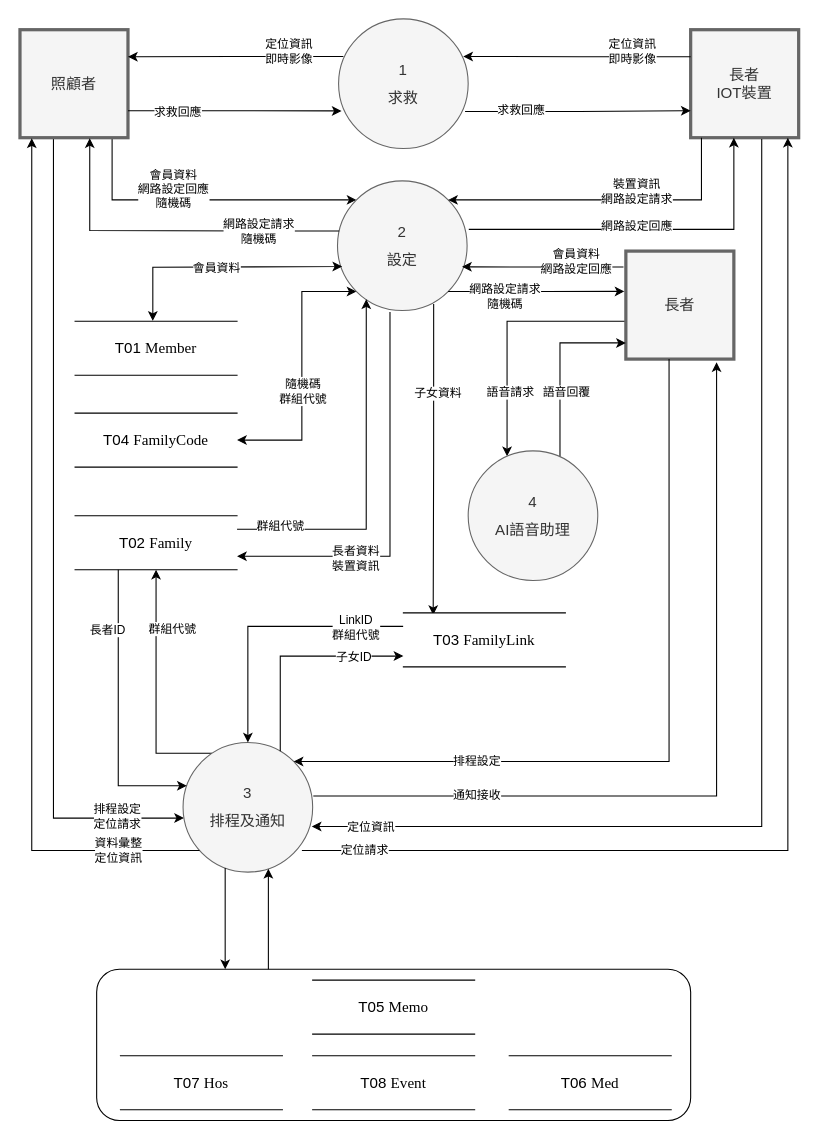
This is page "第 2 页" (2 of 4) of doc/DFD.drawio from ntubimd113506/SilverEase, a draw.io file, before an edit. Source tidied: cells renumbered, new cells numbered last; positions are measured from the earlier drawing's top-left corner, leaving out a move shared by most shapes. Both pictures are drawn from the tidied source at 108%, with x=0, y=0 at pixel (19, 18).
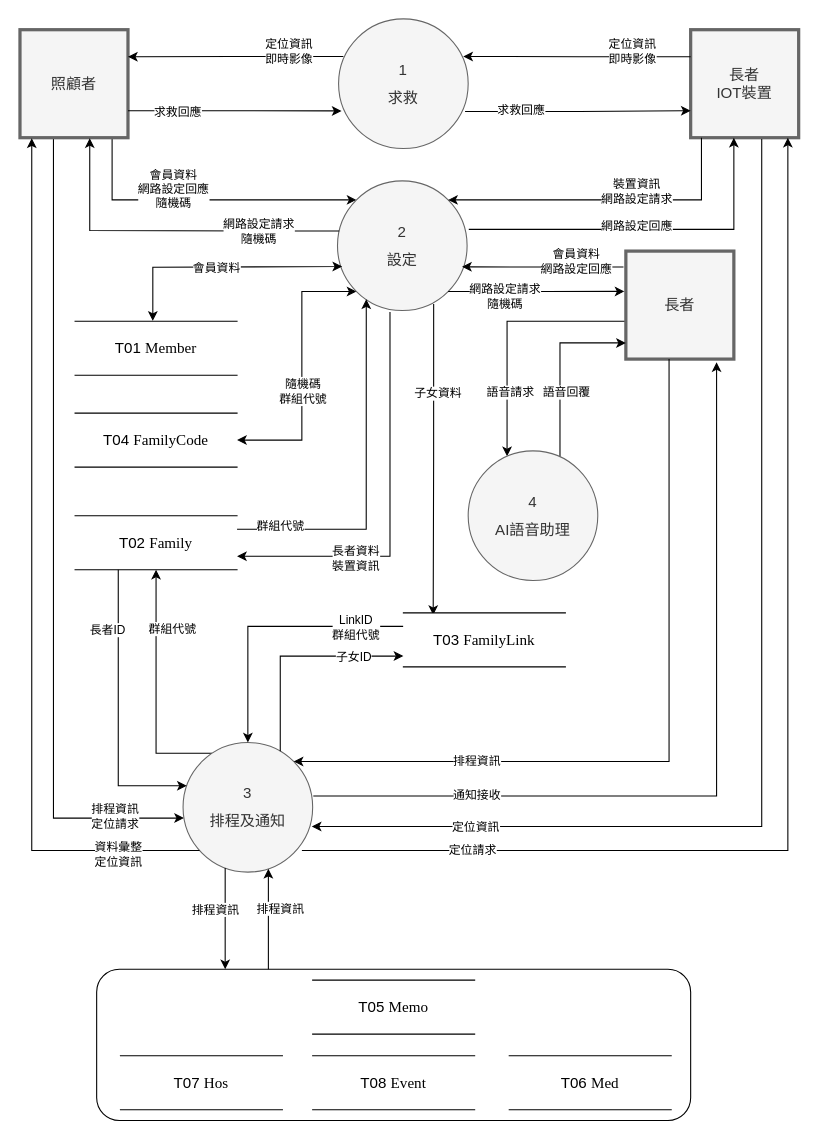
After the change.

The change refers to these unchanged cells:
```xml
<mxCell id="5" style="edgeStyle=orthogonalEdgeStyle;rounded=0;jettySize=auto;html=1;" parent="1" edge="1" source="7" target="29">
  <mxGeometry relative="1" as="geometry">
    <Array as="points">
      <mxPoint x="31" y="740" />
    </Array>
  </mxGeometry>
</mxCell>
<mxCell id="55" style="edgeStyle=orthogonalEdgeStyle;rounded=0;jettySize=auto;html=1;entryX=0.917;entryY=0.833;entryDx=0;entryDy=0;entryPerimeter=0;startArrow=classic;startFill=1;endArrow=none;endFill=0;" parent="1" edge="1" source="13" target="29">
  <mxGeometry relative="1" as="geometry">
    <Array as="points">
      <mxPoint x="711" y="770" />
    </Array>
  </mxGeometry>
</mxCell>
<mxCell id="57" style="edgeStyle=orthogonalEdgeStyle;rounded=0;jettySize=auto;html=1;entryX=0.993;entryY=0.648;entryDx=0;entryDy=0;entryPerimeter=0;exitX=0.658;exitY=1.012;exitDx=0;exitDy=0;exitPerimeter=0;" parent="1" edge="1" source="13" target="29">
  <mxGeometry relative="1" as="geometry">
    <Array as="points">
      <mxPoint x="687" y="748" />
    </Array>
  </mxGeometry>
</mxCell>
<mxCell id="61" style="edgeStyle=orthogonalEdgeStyle;rounded=0;jettySize=auto;html=1;entryX=1;entryY=0;entryDx=0;entryDy=0;" parent="1" edge="1" source="21" target="29">
  <mxGeometry relative="1" as="geometry">
    <Array as="points">
      <mxPoint x="601" y="688" />
      <mxPoint x="253" y="688" />
    </Array>
  </mxGeometry>
</mxCell>
<mxCell id="63" style="edgeStyle=orthogonalEdgeStyle;rounded=0;jettySize=auto;html=1;entryX=0.109;entryY=1.006;entryDx=0;entryDy=0;entryPerimeter=0;" parent="1" edge="1" source="29" target="7">
  <mxGeometry relative="1" as="geometry">
    <Array as="points">
      <mxPoint x="11" y="770" />
    </Array>
  </mxGeometry>
</mxCell>
<mxCell id="75" style="edgeStyle=orthogonalEdgeStyle;rounded=0;jettySize=auto;html=1;" parent="1" edge="1" source="29" target="70">
  <mxGeometry relative="1" as="geometry">
    <Array as="points">
      <mxPoint x="190" y="855" />
      <mxPoint x="190" y="855" />
    </Array>
  </mxGeometry>
</mxCell>
<mxCell id="76" style="edgeStyle=orthogonalEdgeStyle;rounded=0;jettySize=auto;html=1;" parent="1" edge="1" source="70" target="29">
  <mxGeometry relative="1" as="geometry">
    <Array as="points">
      <mxPoint x="230" y="855" />
      <mxPoint x="230" y="855" />
    </Array>
  </mxGeometry>
</mxCell>
```

What changed in the source:
```diff
@@
-    <mxCell id="6" value="排程設定&lt;div&gt;定位請求&lt;/div&gt;" style="edgeLabel;html=1;align=center;verticalAlign=middle;" parent="5" vertex="1">
+    <mxCell id="6" value="排程資訊&lt;div&gt;定位請求&lt;/div&gt;" style="edgeLabel;html=1;align=center;verticalAlign=middle;" parent="5" vertex="1">
       <mxGeometry x="0.8" y="2" relative="1" as="geometry">
-        <mxPoint x="12" as="offset" />
+        <mxPoint x="10" as="offset" />
       </mxGeometry>
     </mxCell>
@@
     <mxCell id="56" value="定位請求" style="edgeLabel;html=1;align=center;verticalAlign=middle;" parent="55" vertex="1">
       <mxGeometry x="0.78" y="-2" relative="1" as="geometry">
-        <mxPoint x="-65" y="2" as="offset" />
+        <mxPoint x="35" y="2" as="offset" />
       </mxGeometry>
     </mxCell>
@@
     <mxCell id="58" value="定位資訊" style="edgeLabel;html=1;align=center;verticalAlign=middle;" parent="57" vertex="1">
       <mxGeometry x="0.9" y="1" relative="1" as="geometry">
-        <mxPoint x="2" y="-1" as="offset" />
+        <mxPoint x="99" y="-1" as="offset" />
       </mxGeometry>
     </mxCell>
@@
-    <mxCell id="62" value="排程設定" style="edgeLabel;html=1;align=center;verticalAlign=middle;" parent="61" vertex="1">
+    <mxCell id="62" value="排程資訊" style="edgeLabel;html=1;align=center;verticalAlign=middle;" parent="61" vertex="1">
       <mxGeometry x="0.53" y="-1" relative="1" as="geometry" />
     </mxCell>
@@
     <mxCell id="64" value="資料彙整&lt;div&gt;定位資訊&lt;/div&gt;" style="edgeLabel;html=1;align=center;verticalAlign=middle;" parent="63" vertex="1">
       <mxGeometry x="-0.81" y="-1" relative="1" as="geometry">
-        <mxPoint x="1" as="offset" />
+        <mxPoint x="1" y="4" as="offset" />
       </mxGeometry>
     </mxCell>
@@
+    <mxCell id="77" value="排程資訊" style="edgeLabel;html=1;align=center;verticalAlign=middle;" parent="75" vertex="1">
+      <mxGeometry x="-0.2" y="2" relative="1" as="geometry">
+        <mxPoint x="-12" as="offset" />
+      </mxGeometry>
+    </mxCell>
@@
+    <mxCell id="78" value="排程資訊" style="edgeLabel;html=1;align=center;verticalAlign=middle;" parent="76" vertex="1">
+      <mxGeometry x="0.22" y="1" relative="1" as="geometry">
+        <mxPoint x="11" as="offset" />
+      </mxGeometry>
+    </mxCell>
```
